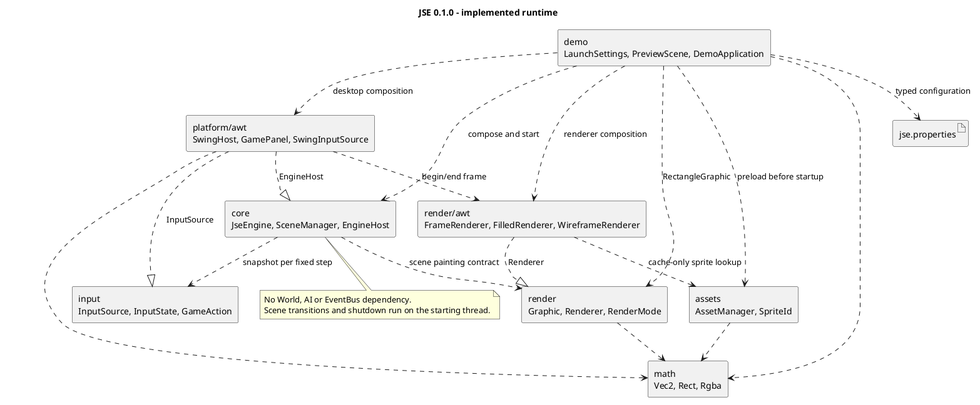
AlmazCode/JSE keeps this PlantUML diagram as docs/uml/rendered/runtime-architecture.png. Above is the earlier version.
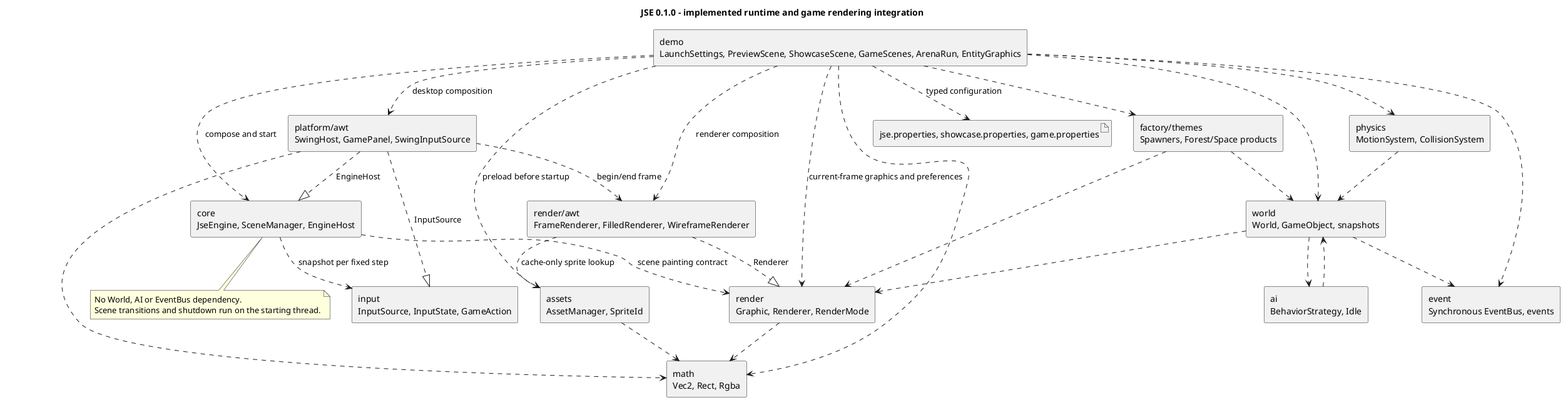
Later version of the same file.

Diff of the diagram source:
```diff
@@ -1,7 +1,7 @@
 @startuml
-title JSE 0.1.0 - implemented runtime
+title JSE 0.1.0 - implemented runtime and game rendering integration
 skinparam componentStyle rectangle
-component "demo\nLaunchSettings, PreviewScene, DemoApplication" as demo
+component "demo\nLaunchSettings, PreviewScene, ShowcaseScene, GameScenes, ArenaRun, EntityGraphics" as demo
 component "core\nJseEngine, SceneManager, EngineHost" as core
 component "input\nInputSource, InputState, GameAction" as input
 component "platform/awt\nSwingHost, GamePanel, SwingInputSource" as platform
@@ -9,11 +9,27 @@
 component "render/awt\nFrameRenderer, FilledRenderer, WireframeRenderer" as awtrender
 component "assets\nAssetManager, SpriteId" as assets
 component "math\nVec2, Rect, Rgba" as math
-artifact "jse.properties" as settings
+artifact "jse.properties, showcase.properties, game.properties" as settings
+component "world\nWorld, GameObject, snapshots" as world
+component "factory/themes\nSpawners, Forest/Space products" as factory
+component "physics\nMotionSystem, CollisionSystem" as physics
+component "event\nSynchronous EventBus, events" as events
+component "ai\nBehaviorStrategy, Idle" as ai
 demo ..> settings : typed configuration
 demo ..> core : compose and start
 demo ..> platform : desktop composition
-demo ..> render : RectangleGraphic
+demo ..> render : current-frame graphics and preferences
+demo ..> world
+demo ..> factory
+demo ..> physics
+demo ..> events
+factory ..> world
+factory ..> render
+world ..> render
+world ..> events
+world ..> ai
+ai ..> world
+physics ..> world
 demo ..> awtrender : renderer composition
 demo ..> assets : preload before startup
 core ..> input : snapshot per fixed step
```
